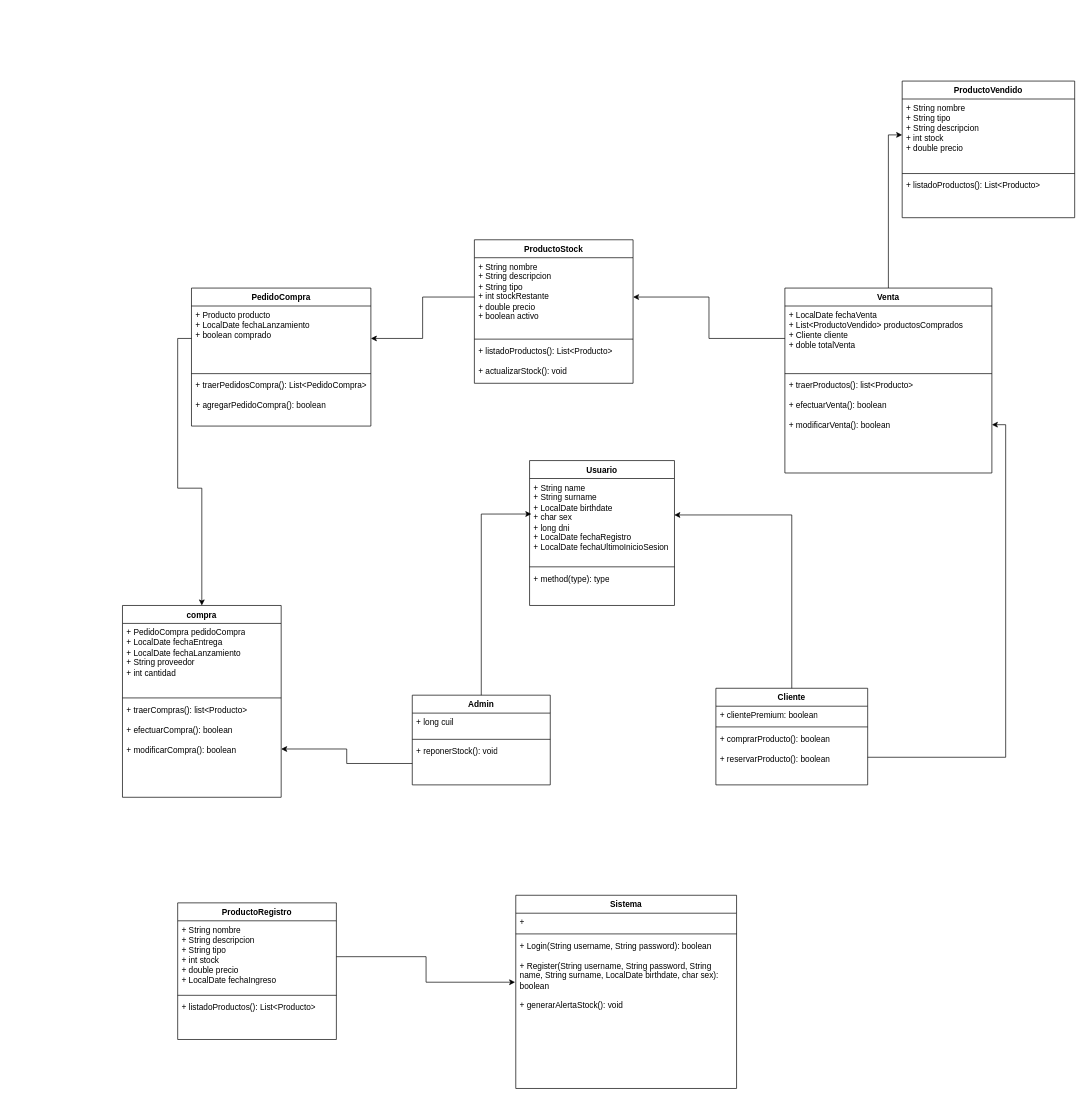
Earlier version of the draw.io diagram Diagrama de clases (Diagram.net).drawio (EzequielDeiana/grupo-2-OO2-2024). Source tidied: cells renumbered, new cells numbered last; positions are measured from the earlier drawing's top-left corner, leaving out a move shared by most shapes. Both pictures are drawn from the tidied source at 69%, with x=0, y=0 at pixel (122, 81).
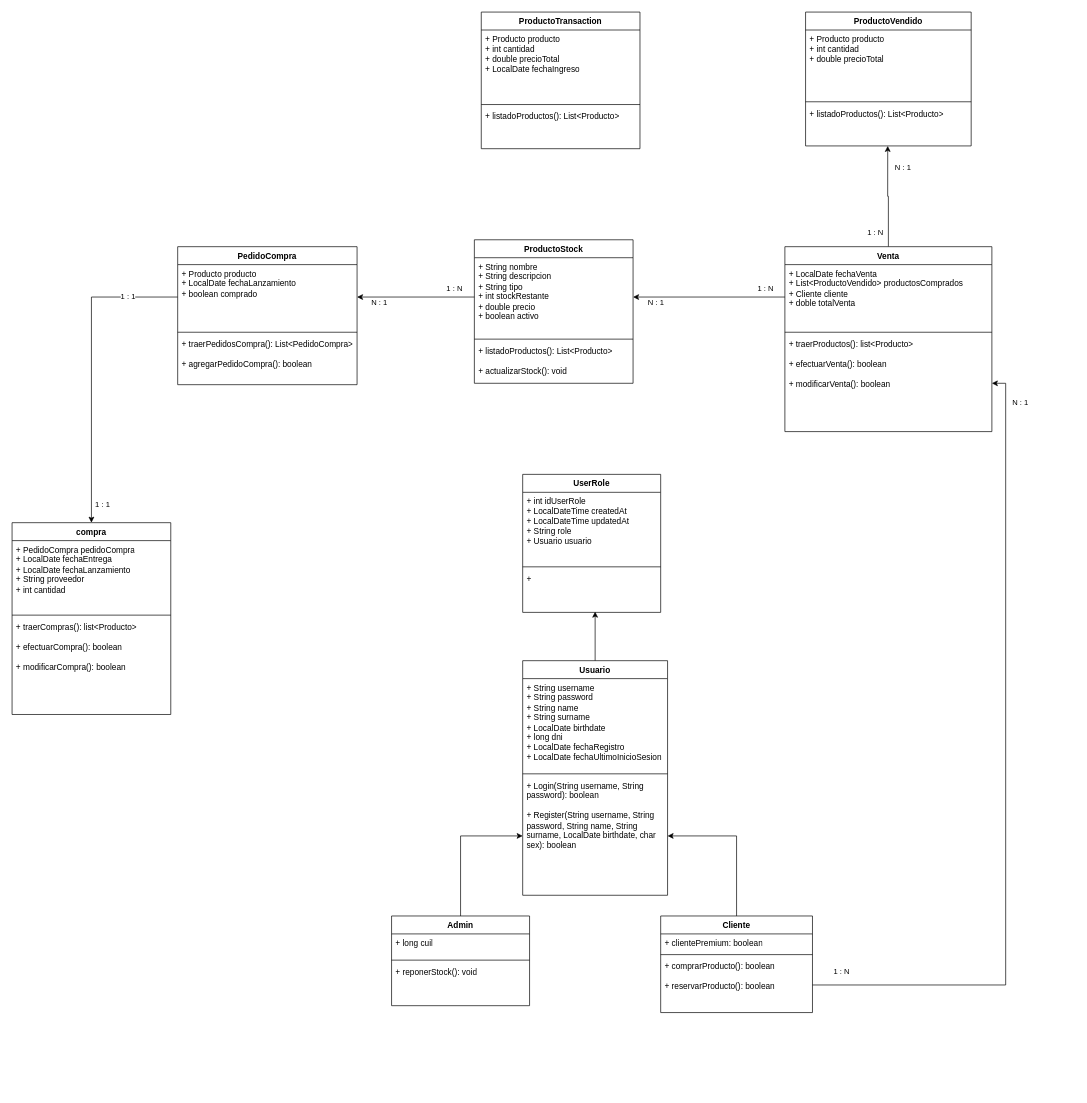
The same diagram, later.

Unchanged cells that the change refers to:
```xml
<mxCell id="13" value="+ reponerStock(): void" style="text;strokeColor=none;fillColor=none;align=left;verticalAlign=top;spacingLeft=4;spacingRight=4;overflow=hidden;points=[[0,0.5],[1,0.5]];portConstraint=eastwest;whiteSpace=wrap;html=1;" parent="10" vertex="1">
  <mxGeometry y="68" width="200" height="62" as="geometry" />
</mxCell>
<mxCell id="34" value="+ traerCompras(): list&amp;lt;Producto&amp;gt;&lt;div&gt;&lt;br&gt;&lt;/div&gt;&lt;div&gt;+ efectuarCompra(): boolean&lt;/div&gt;&lt;div&gt;&lt;br&gt;&lt;/div&gt;&lt;div&gt;+ modificarCompra(): boolean&lt;/div&gt;" style="text;strokeColor=none;fillColor=none;align=left;verticalAlign=top;spacingLeft=4;spacingRight=4;overflow=hidden;points=[[0,0.5],[1,0.5]];portConstraint=eastwest;whiteSpace=wrap;html=1;" parent="31" vertex="1">
  <mxGeometry y="138" width="230" height="140" as="geometry" />
</mxCell>
<mxCell id="35" style="edgeStyle=orthogonalEdgeStyle;rounded=0;jettySize=auto;html=1;entryX=0.5;entryY=0;entryDx=0;entryDy=0;" parent="1" edge="1" source="24" target="31">
  <mxGeometry relative="1" as="geometry" />
</mxCell>
<mxCell id="37" style="edgeStyle=orthogonalEdgeStyle;rounded=0;jettySize=auto;html=1;entryX=1;entryY=0.5;entryDx=0;entryDy=0;" parent="1" edge="1" source="22" target="18">
  <mxGeometry relative="1" as="geometry" />
</mxCell>
<mxCell id="49" style="edgeStyle=orthogonalEdgeStyle;rounded=0;jettySize=auto;html=1;entryX=1;entryY=0.5;entryDx=0;entryDy=0;" parent="1" edge="1" source="3" target="24">
  <mxGeometry relative="1" as="geometry" />
</mxCell>
<mxCell id="50" style="edgeStyle=orthogonalEdgeStyle;rounded=0;jettySize=auto;html=1;entryX=1;entryY=0.5;entryDx=0;entryDy=0;" parent="1" edge="1" source="16" target="3">
  <mxGeometry relative="1" as="geometry" />
</mxCell>
```

The edit, as a diff of the source:
```diff
@@
     <mxCell id="6" value="Usuario" style="swimlane;fontStyle=1;align=center;verticalAlign=top;horizontal=1;startSize=26;whiteSpace=wrap;html=1;" parent="1" vertex="1">
-      <mxGeometry x="590" y="550" width="210" height="210" as="geometry" />
+      <mxGeometry x="580" y="840" width="210" height="340" as="geometry" />
     </mxCell>
-    <mxCell id="7" value="+ String name&lt;div&gt;+ String surname&lt;/div&gt;&lt;div&gt;+ LocalDate birthdate&lt;/div&gt;&lt;div&gt;+ char sex&lt;/div&gt;&lt;div&gt;+ long dni&lt;/div&gt;&lt;div&gt;+ LocalDate fechaRegistro&lt;/div&gt;&lt;div&gt;+ LocalDate fechaUltimoInicioSesion&lt;/div&gt;" style="text;strokeColor=none;fillColor=none;align=left;verticalAlign=top;spacingLeft=4;spacingRight=4;overflow=hidden;points=[[0,0.5],[1,0.5]];portConstraint=eastwest;whiteSpace=wrap;html=1;" parent="6" vertex="1">
-      <mxGeometry y="26" width="210" height="124" as="geometry" />
+    <mxCell id="7" value="&lt;div&gt;+ String username&lt;/div&gt;&lt;div&gt;+ String password&lt;/div&gt;+ String name&lt;div&gt;+ String surname&lt;/div&gt;&lt;div&gt;+ LocalDate birthdate&lt;/div&gt;&lt;div&gt;+ long dni&lt;/div&gt;&lt;div&gt;+ LocalDate fechaRegistro&lt;/div&gt;&lt;div&gt;+ LocalDate fechaUltimoInicioSesion&lt;/div&gt;" style="text;strokeColor=none;fillColor=none;align=left;verticalAlign=top;spacingLeft=4;spacingRight=4;overflow=hidden;points=[[0,0.5],[1,0.5]];portConstraint=eastwest;whiteSpace=wrap;html=1;" parent="6" vertex="1">
+      <mxGeometry y="26" width="210" height="134" as="geometry" />
     </mxCell>
     <mxCell id="8" style="line;strokeWidth=1;fillColor=none;align=left;verticalAlign=middle;spacingTop=-1;spacingLeft=3;spacingRight=3;labelPosition=right;strokeColor=inherit;" parent="6" vertex="1">
-      <mxGeometry y="150" width="210" height="8" as="geometry" />
+      <mxGeometry y="160" width="210" height="8" as="geometry" />
     </mxCell>
-    <mxCell id="9" value="+ method(type): type" style="text;strokeColor=none;fillColor=none;align=left;verticalAlign=top;spacingLeft=4;spacingRight=4;overflow=hidden;points=[[0,0.5],[1,0.5]];portConstraint=eastwest;whiteSpace=wrap;html=1;" parent="6" vertex="1">
-      <mxGeometry y="158" width="210" height="52" as="geometry" />
+    <mxCell id="9" value="+ Login(String username, String password): boolean&lt;div&gt;&lt;br&gt;&lt;/div&gt;&lt;div&gt;+ Register(String username, String password, String name, String surname, LocalDate birthdate, char sex): boolean&lt;/div&gt;" style="text;strokeColor=none;fillColor=none;align=left;verticalAlign=top;spacingLeft=4;spacingRight=4;overflow=hidden;points=[[0,0.5],[1,0.5]];portConstraint=eastwest;whiteSpace=wrap;html=1;" parent="6" vertex="1">
+      <mxGeometry y="168" width="210" height="172" as="geometry" />
     </mxCell>
+    <mxCell id="51" style="edgeStyle=orthogonalEdgeStyle;rounded=0;jettySize=auto;html=1;entryX=0;entryY=0.5;entryDx=0;entryDy=0;" parent="1" edge="1" source="10" target="9">
+      <mxGeometry relative="1" as="geometry" />
+    </mxCell>
     <mxCell id="10" value="Admin" style="swimlane;fontStyle=1;align=center;verticalAlign=top;horizontal=1;startSize=26;whiteSpace=wrap;html=1;" parent="1" vertex="1">
-      <mxGeometry x="420" y="890" width="200" height="130" as="geometry" />
+      <mxGeometry x="390" y="1210" width="200" height="130" as="geometry" />
     </mxCell>
@@
-    <mxCell id="14" style="edgeStyle=orthogonalEdgeStyle;rounded=0;jettySize=auto;html=1;entryX=0;entryY=0.5;entryDx=0;entryDy=0;" parent="1" edge="1" source="15" target="39">
+    <mxCell id="14" style="edgeStyle=orthogonalEdgeStyle;rounded=0;jettySize=auto;html=1;entryX=0.496;entryY=1;entryDx=0;entryDy=0;entryPerimeter=0;" parent="1" edge="1" source="15" target="41">
       <mxGeometry relative="1" as="geometry" />
     </mxCell>
+    <mxCell id="52" value="1 : N" style="edgeLabel;html=1;align=center;verticalAlign=middle;" parent="14" vertex="1">
+      <mxGeometry x="-0.7" y="-1" relative="1" as="geometry">
+        <mxPoint x="-21" as="offset" />
+      </mxGeometry>
+    </mxCell>
+    <mxCell id="53" value="N : 1" style="edgeLabel;html=1;align=center;verticalAlign=middle;" parent="14" vertex="1">
+      <mxGeometry x="0.56" y="3" relative="1" as="geometry">
+        <mxPoint x="24" as="offset" />
+      </mxGeometry>
+    </mxCell>
     <mxCell id="15" value="Venta" style="swimlane;fontStyle=1;align=center;verticalAlign=top;horizontal=1;startSize=26;whiteSpace=wrap;html=1;" parent="1" vertex="1">
-      <mxGeometry x="960" y="300" width="300" height="268" as="geometry" />
+      <mxGeometry x="960" y="240" width="300" height="268" as="geometry" />
     </mxCell>
@@
+    <mxCell id="54" style="edgeStyle=orthogonalEdgeStyle;rounded=0;jettySize=auto;html=1;entryX=1;entryY=0.5;entryDx=0;entryDy=0;" parent="1" edge="1" source="19" target="9">
+      <mxGeometry relative="1" as="geometry" />
+    </mxCell>
     <mxCell id="19" value="Cliente" style="swimlane;fontStyle=1;align=center;verticalAlign=top;horizontal=1;startSize=26;whiteSpace=wrap;html=1;" parent="1" vertex="1">
-      <mxGeometry x="860" y="880" width="220" height="140" as="geometry" />
+      <mxGeometry x="780" y="1210" width="220" height="140" as="geometry" />
     </mxCell>
@@
     <mxCell id="23" value="PedidoCompra" style="swimlane;fontStyle=1;align=center;verticalAlign=top;horizontal=1;startSize=26;whiteSpace=wrap;html=1;" parent="1" vertex="1">
-      <mxGeometry x="100" y="300" width="260" height="200" as="geometry" />
+      <mxGeometry x="80" y="240" width="260" height="200" as="geometry" />
     </mxCell>
@@
-    <mxCell id="27" value="Sistema" style="swimlane;fontStyle=1;align=center;verticalAlign=top;horizontal=1;startSize=26;whiteSpace=wrap;html=1;" parent="1" vertex="1">
-      <mxGeometry x="570" y="1180" width="320" height="280" as="geometry" />
-    </mxCell>
-    <mxCell id="28" value="+&amp;nbsp;" style="text;strokeColor=none;fillColor=none;align=left;verticalAlign=top;spacingLeft=4;spacingRight=4;overflow=hidden;points=[[0,0.5],[1,0.5]];portConstraint=eastwest;whiteSpace=wrap;html=1;" parent="27" vertex="1">
-      <mxGeometry y="26" width="320" height="26" as="geometry" />
-    </mxCell>
-    <mxCell id="29" style="line;strokeWidth=1;fillColor=none;align=left;verticalAlign=middle;spacingTop=-1;spacingLeft=3;spacingRight=3;labelPosition=right;strokeColor=inherit;" parent="27" vertex="1">
-      <mxGeometry y="52" width="320" height="8" as="geometry" />
-    </mxCell>
-    <mxCell id="30" value="+ Login(String username, String password): boolean&lt;div&gt;&lt;br&gt;&lt;/div&gt;&lt;div&gt;+ Register(String username, String password, String name, String surname, LocalDate birthdate, char sex): boolean&lt;/div&gt;&lt;div&gt;&lt;br&gt;&lt;/div&gt;&lt;div&gt;+ generarAlertaStock(): void&lt;/div&gt;" style="text;strokeColor=none;fillColor=none;align=left;verticalAlign=top;spacingLeft=4;spacingRight=4;overflow=hidden;points=[[0,0.5],[1,0.5]];portConstraint=eastwest;whiteSpace=wrap;html=1;" parent="27" vertex="1">
-      <mxGeometry y="60" width="320" height="220" as="geometry" />
-    </mxCell>
     <mxCell id="31" value="compra" style="swimlane;fontStyle=1;align=center;verticalAlign=top;horizontal=1;startSize=26;whiteSpace=wrap;html=1;" parent="1" vertex="1">
-      <mxGeometry y="760" width="230" height="278" as="geometry" />
+      <mxGeometry x="-160" y="640" width="230" height="278" as="geometry" />
     </mxCell>
@@
-    <mxCell id="36" style="edgeStyle=orthogonalEdgeStyle;rounded=0;jettySize=auto;html=1;entryX=1;entryY=0.5;entryDx=0;entryDy=0;" parent="1" edge="1" source="13" target="34">
-      <mxGeometry relative="1" as="geometry" />
-    </mxCell>
+    <mxCell id="55" value="1 : 1" style="edgeLabel;html=1;align=center;verticalAlign=middle;" parent="35" vertex="1">
+      <mxGeometry x="0.88" y="2" relative="1" as="geometry">
+        <mxPoint x="13" as="offset" />
+      </mxGeometry>
+    </mxCell>
+    <mxCell id="56" value="1 : 1" style="edgeLabel;html=1;align=center;verticalAlign=middle;" parent="35" vertex="1">
+      <mxGeometry x="-0.74" y="-1" relative="1" as="geometry">
+        <mxPoint x="-14" as="offset" />
+      </mxGeometry>
+    </mxCell>
@@
+    <mxCell id="57" value="1 : N" style="edgeLabel;html=1;align=center;verticalAlign=middle;" parent="37" vertex="1">
+      <mxGeometry x="-0.93" relative="1" as="geometry">
+        <mxPoint y="-20" as="offset" />
+      </mxGeometry>
+    </mxCell>
+    <mxCell id="58" value="N : 1" style="edgeLabel;html=1;align=center;verticalAlign=middle;" parent="37" vertex="1">
+      <mxGeometry x="0.92" relative="1" as="geometry">
+        <mxPoint x="20" as="offset" />
+      </mxGeometry>
+    </mxCell>
     <mxCell id="38" value="ProductoVendido" style="swimlane;fontStyle=1;align=center;verticalAlign=top;horizontal=1;startSize=26;whiteSpace=wrap;html=1;" parent="1" vertex="1">
-      <mxGeometry x="1130" width="250" height="198" as="geometry" />
+      <mxGeometry x="990" y="-100" width="240" height="194" as="geometry" />
     </mxCell>
-    <mxCell id="39" value="+ String nombre&lt;div&gt;+ String tipo&lt;/div&gt;&lt;div&gt;+ String descripcion&lt;/div&gt;&lt;div&gt;+ int stock&lt;/div&gt;&lt;div&gt;+ double precio&lt;/div&gt;" style="text;strokeColor=none;fillColor=none;align=left;verticalAlign=top;spacingLeft=4;spacingRight=4;overflow=hidden;points=[[0,0.5],[1,0.5]];portConstraint=eastwest;whiteSpace=wrap;html=1;" parent="38" vertex="1">
-      <mxGeometry y="26" width="250" height="104" as="geometry" />
+    <mxCell id="39" value="+ Producto producto&lt;br&gt;&lt;div&gt;+ int cantidad&lt;/div&gt;&lt;div&gt;+ double precioTotal&lt;/div&gt;" style="text;strokeColor=none;fillColor=none;align=left;verticalAlign=top;spacingLeft=4;spacingRight=4;overflow=hidden;points=[[0,0.5],[1,0.5]];portConstraint=eastwest;whiteSpace=wrap;html=1;" parent="38" vertex="1">
+      <mxGeometry y="26" width="240" height="100" as="geometry" />
     </mxCell>
     <mxCell id="40" style="line;strokeWidth=1;fillColor=none;align=left;verticalAlign=middle;spacingTop=-1;spacingLeft=3;spacingRight=3;labelPosition=right;strokeColor=inherit;" parent="38" vertex="1">
-      <mxGeometry y="130" width="250" height="8" as="geometry" />
+      <mxGeometry y="126" width="240" height="8" as="geometry" />
     </mxCell>
     <mxCell id="41" value="+ listadoProductos(): List&amp;lt;Producto&amp;gt;&lt;div&gt;&lt;br&gt;&lt;/div&gt;" style="text;strokeColor=none;fillColor=none;align=left;verticalAlign=top;spacingLeft=4;spacingRight=4;overflow=hidden;points=[[0,0.5],[1,0.5]];portConstraint=eastwest;whiteSpace=wrap;html=1;" parent="38" vertex="1">
-      <mxGeometry y="138" width="250" height="60" as="geometry" />
+      <mxGeometry y="134" width="240" height="60" as="geometry" />
     </mxCell>
-    <mxCell id="42" value="ProductoRegistro" style="swimlane;fontStyle=1;align=center;verticalAlign=top;horizontal=1;startSize=26;whiteSpace=wrap;html=1;" parent="1" vertex="1">
-      <mxGeometry x="80" y="1191" width="230" height="198" as="geometry" />
+    <mxCell id="42" value="ProductoTransaction" style="swimlane;fontStyle=1;align=center;verticalAlign=top;horizontal=1;startSize=26;whiteSpace=wrap;html=1;" parent="1" vertex="1">
+      <mxGeometry x="520" y="-100" width="230" height="198" as="geometry" />
     </mxCell>
-    <mxCell id="43" value="+ String nombre&lt;div&gt;+ String descripcion&lt;/div&gt;&lt;div&gt;+ String tipo&lt;/div&gt;&lt;div&gt;+ int stock&lt;/div&gt;&lt;div&gt;+ double precio&lt;/div&gt;&lt;div&gt;+ LocalDate fechaIngreso&lt;/div&gt;" style="text;strokeColor=none;fillColor=none;align=left;verticalAlign=top;spacingLeft=4;spacingRight=4;overflow=hidden;points=[[0,0.5],[1,0.5]];portConstraint=eastwest;whiteSpace=wrap;html=1;" parent="42" vertex="1">
+    <mxCell id="43" value="+ Producto producto&lt;br&gt;&lt;div&gt;+ int cantidad&lt;/div&gt;&lt;div&gt;+ double precioTotal&lt;/div&gt;&lt;div&gt;+ LocalDate fechaIngreso&lt;/div&gt;" style="text;strokeColor=none;fillColor=none;align=left;verticalAlign=top;spacingLeft=4;spacingRight=4;overflow=hidden;points=[[0,0.5],[1,0.5]];portConstraint=eastwest;whiteSpace=wrap;html=1;" parent="42" vertex="1">
       <mxGeometry y="26" width="230" height="104" as="geometry" />
     </mxCell>
@@
-    <mxCell id="46" style="edgeStyle=orthogonalEdgeStyle;rounded=0;jettySize=auto;html=1;entryX=-0.003;entryY=0.3;entryDx=0;entryDy=0;entryPerimeter=0;" parent="1" edge="1" source="43" target="30">
-      <mxGeometry relative="1" as="geometry" />
-    </mxCell>
-    <mxCell id="47" style="edgeStyle=orthogonalEdgeStyle;rounded=0;jettySize=auto;html=1;entryX=0.999;entryY=0.426;entryDx=0;entryDy=0;entryPerimeter=0;" parent="1" edge="1" source="19" target="7">
-      <mxGeometry relative="1" as="geometry" />
-    </mxCell>
-    <mxCell id="48" style="edgeStyle=orthogonalEdgeStyle;rounded=0;jettySize=auto;html=1;entryX=0.012;entryY=0.415;entryDx=0;entryDy=0;entryPerimeter=0;" parent="1" edge="1" source="10" target="7">
-      <mxGeometry relative="1" as="geometry" />
-    </mxCell>
@@
+    <mxCell id="59" value="1 : N" style="edgeLabel;html=1;align=center;verticalAlign=middle;" parent="49" vertex="1">
+      <mxGeometry x="-0.65" relative="1" as="geometry">
+        <mxPoint y="-13" as="offset" />
+      </mxGeometry>
+    </mxCell>
+    <mxCell id="60" value="N : 1" style="edgeLabel;html=1;align=center;verticalAlign=middle;" parent="49" vertex="1">
+      <mxGeometry x="0.64" y="1" relative="1" as="geometry">
+        <mxPoint y="6" as="offset" />
+      </mxGeometry>
+    </mxCell>
@@
+    <mxCell id="61" value="1 : N" style="edgeLabel;html=1;align=center;verticalAlign=middle;" parent="50" vertex="1">
+      <mxGeometry x="-0.74" y="1" relative="1" as="geometry">
+        <mxPoint y="-14" as="offset" />
+      </mxGeometry>
+    </mxCell>
+    <mxCell id="62" value="N : 1" style="edgeLabel;html=1;align=center;verticalAlign=middle;" parent="50" vertex="1">
+      <mxGeometry x="0.71" y="-4" relative="1" as="geometry">
+        <mxPoint y="11" as="offset" />
+      </mxGeometry>
+    </mxCell>
+    <mxCell id="63" value="UserRole" style="swimlane;fontStyle=1;align=center;verticalAlign=top;horizontal=1;startSize=26;whiteSpace=wrap;html=1;" parent="1" vertex="1">
+      <mxGeometry x="580" y="570" width="200" height="200" as="geometry" />
+    </mxCell>
+    <mxCell id="64" value="&lt;div&gt;+ int idUserRole&lt;/div&gt;&lt;div&gt;+ LocalDateTime createdAt&lt;/div&gt;&lt;div&gt;+ LocalDateTime updatedAt&lt;/div&gt;&lt;div&gt;+ String role&lt;/div&gt;&lt;div&gt;+ Usuario usuario&lt;/div&gt;" style="text;strokeColor=none;fillColor=none;align=left;verticalAlign=top;spacingLeft=4;spacingRight=4;overflow=hidden;whiteSpace=wrap;html=1;" parent="63" vertex="1">
+      <mxGeometry y="26" width="200" height="104" as="geometry" />
+    </mxCell>
+    <mxCell id="65" style="line;strokeWidth=1;fillColor=none;align=left;verticalAlign=middle;spacingTop=-1;spacingLeft=3;spacingRight=3;labelPosition=right;strokeColor=inherit;" parent="63" vertex="1">
+      <mxGeometry y="130" width="200" height="8" as="geometry" />
+    </mxCell>
+    <mxCell id="28" value="+&amp;nbsp;" style="text;strokeColor=none;fillColor=none;align=left;verticalAlign=top;spacingLeft=4;spacingRight=4;overflow=hidden;points=[[0,0.5],[1,0.5]];portConstraint=eastwest;whiteSpace=wrap;html=1;" parent="63" vertex="1">
+      <mxGeometry y="138" width="200" height="62" as="geometry" />
+    </mxCell>
+    <mxCell id="66" style="edgeStyle=orthogonalEdgeStyle;rounded=0;jettySize=auto;html=1;entryX=0.525;entryY=0.984;entryDx=0;entryDy=0;entryPerimeter=0;" parent="1" edge="1" source="6" target="28">
+      <mxGeometry relative="1" as="geometry" />
+    </mxCell>
```
